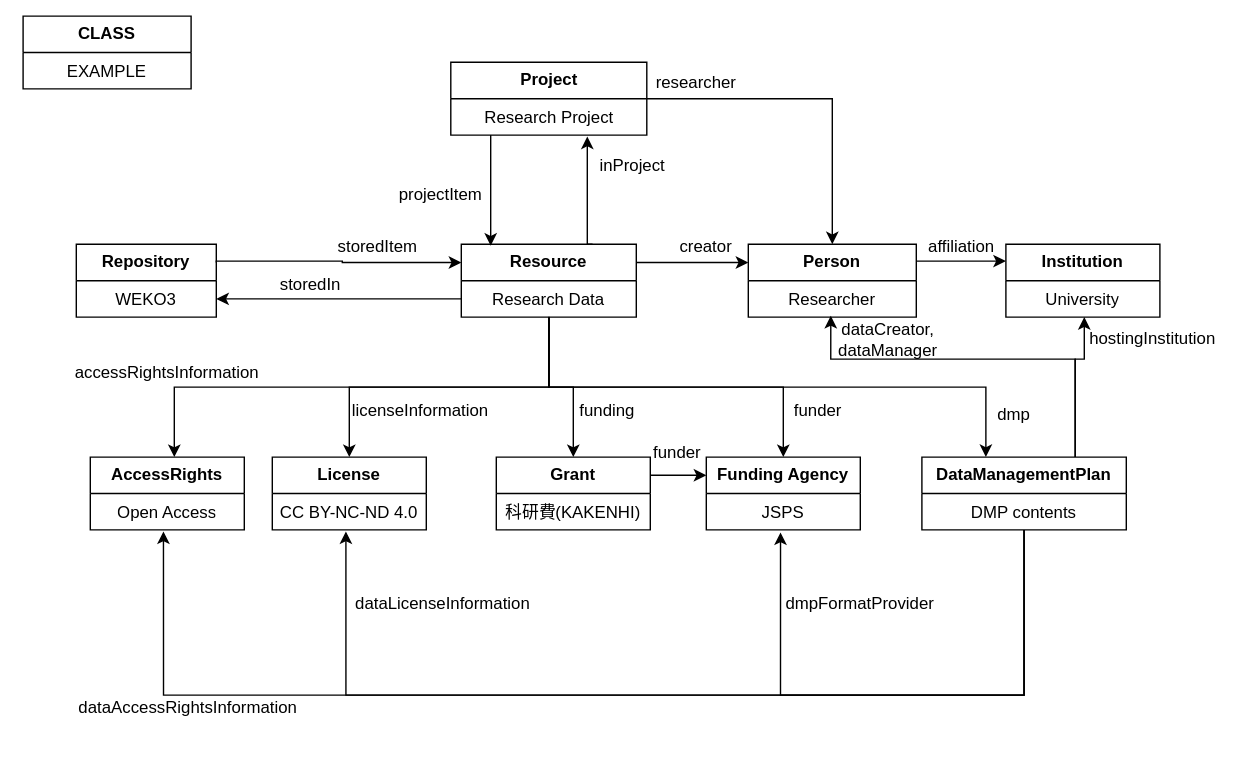
Earlier version of the draw.io export docs/domain_model_Resource.drawio.svg (RCOSDP/RDM). Source tidied: cells renumbered, new cells last; positions are measured from the earlier drawing's top-left corner, leaving out a move shared by most shapes.
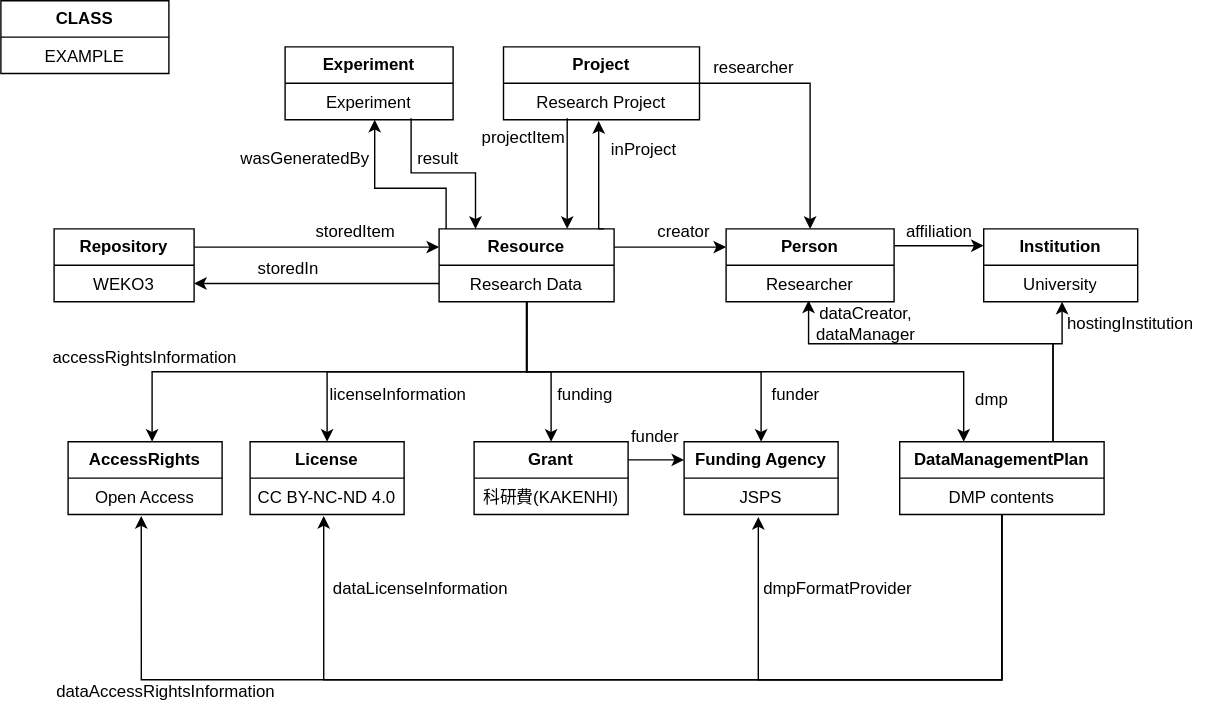
After the commit.

What changed in the source:
```diff
@@ -61,8 +61,8 @@
     <mxCell id="12" style="edgeStyle=orthogonalEdgeStyle;rounded=0;jettySize=auto;html=1;entryX=0;entryY=0.25;entryDx=0;entryDy=0;exitX=1;exitY=0.25;exitDx=0;exitDy=0;" parent="1" edge="1" source="13" target="8">
       <mxGeometry relative="1" as="geometry">
         <Array as="points">
-          <mxPoint x="138" y="175" />
-          <mxPoint x="228" y="175" />
+          <mxPoint x="184" y="176" />
+          <mxPoint x="184" y="176" />
         </Array>
       </mxGeometry>
     </mxCell>
@@ -108,27 +108,27 @@
     </mxCell>
     <mxCell id="23" style="edgeStyle=orthogonalEdgeStyle;rounded=0;orthogonalLoop=1;jettySize=auto;html=1;" parent="1" edge="1">
       <mxGeometry relative="1" as="geometry">
-        <mxPoint x="334" y="85" as="sourcePoint" />
-        <mxPoint x="334" y="164" as="targetPoint" />
+        <mxPoint x="404.5" y="84" as="sourcePoint" />
+        <mxPoint x="404.5" y="163" as="targetPoint" />
         <Array as="points">
-          <mxPoint x="334" y="164" />
+          <mxPoint x="404.5" y="163" />
         </Array>
       </mxGeometry>
     </mxCell>
     <mxCell id="24" value="&lt;b&gt;Project&lt;/b&gt;" style="swimlane;fontStyle=0;horizontal=1;startSize=26;fillColor=none;whiteSpace=wrap;html=1;" parent="1" vertex="1">
-      <mxGeometry x="305.5" y="33" width="140" height="52" as="geometry" />
+      <mxGeometry x="359" y="33" width="140" height="52" as="geometry" />
     </mxCell>
     <mxCell id="25" value="Research Project" style="text;strokeColor=none;fillColor=none;align=center;verticalAlign=top;spacingLeft=4;spacingRight=4;overflow=hidden;whiteSpace=wrap;html=1;" parent="24" vertex="1">
       <mxGeometry y="26" width="140" height="26" as="geometry" />
     </mxCell>
     <mxCell id="26" value="researcher" style="text;strokeColor=none;align=center;fillColor=none;html=1;verticalAlign=middle;whiteSpace=wrap;rounded=0;" parent="1" vertex="1">
-      <mxGeometry x="451" y="33" width="60" height="30" as="geometry" />
+      <mxGeometry x="508" y="33" width="60" height="30" as="geometry" />
     </mxCell>
     <mxCell id="27" value="storedItem" style="text;html=1;align=center;verticalAlign=middle;strokeColor=none;fillColor=none;" parent="1" vertex="1">
       <mxGeometry x="213" y="150" width="80" height="30" as="geometry" />
     </mxCell>
     <mxCell id="28" value="projectItem" style="text;html=1;align=center;verticalAlign=middle;strokeColor=none;fillColor=none;" parent="1" vertex="1">
-      <mxGeometry x="259" y="115" width="77" height="26" as="geometry" />
+      <mxGeometry x="334" y="85" width="77" height="26" as="geometry" />
     </mxCell>
     <mxCell id="29" value="&lt;b&gt;License&lt;/b&gt;" style="swimlane;fontStyle=0;horizontal=1;startSize=26;fillColor=none;whiteSpace=wrap;html=1;" parent="1" vertex="1">
       <mxGeometry x="178" y="315" width="110" height="52" as="geometry" />
@@ -237,16 +237,17 @@
     <mxCell id="55" value="dataCreator, dataManager" style="text;strokeColor=none;align=center;fillColor=none;html=1;verticalAlign=middle;whiteSpace=wrap;rounded=0;" parent="1" vertex="1">
       <mxGeometry x="568" y="217" width="100" height="28" as="geometry" />
     </mxCell>
-    <mxCell id="56" style="edgeStyle=orthogonalEdgeStyle;rounded=0;jettySize=auto;html=1;exitX=0.75;exitY=0;exitDx=0;exitDy=0;" parent="1" edge="1" source="8">
+    <mxCell id="56" style="edgeStyle=orthogonalEdgeStyle;rounded=0;orthogonalLoop=1;jettySize=auto;html=1;exitX=0.75;exitY=0;exitDx=0;exitDy=0;" parent="1" edge="1">
       <mxGeometry relative="1" as="geometry">
-        <mxPoint x="403" y="86" as="targetPoint" />
+        <mxPoint x="430.8" y="163" as="sourcePoint" />
+        <mxPoint x="427" y="86" as="targetPoint" />
         <Array as="points">
-          <mxPoint x="403" y="163" />
+          <mxPoint x="427" y="163" />
         </Array>
       </mxGeometry>
     </mxCell>
     <mxCell id="57" value="inProject" style="text;html=1;align=center;verticalAlign=middle;strokeColor=none;fillColor=none;" parent="1" vertex="1">
-      <mxGeometry x="402" y="94" width="65" height="26" as="geometry" />
+      <mxGeometry x="426" y="94" width="65" height="26" as="geometry" />
     </mxCell>
     <mxCell id="58" value="&lt;b&gt;CLASS&lt;/b&gt;" style="swimlane;fontStyle=0;horizontal=1;startSize=26;fillColor=none;whiteSpace=wrap;html=1;" parent="1" vertex="1">
       <mxGeometry width="120" height="52" as="geometry" />
@@ -254,5 +255,38 @@
     <mxCell id="59" value="EXAMPLE" style="text;strokeColor=none;fillColor=none;align=center;verticalAlign=top;spacingLeft=4;spacingRight=4;overflow=hidden;whiteSpace=wrap;html=1;" parent="58" vertex="1">
       <mxGeometry y="26" width="120" height="26" as="geometry" />
     </mxCell>
+    <mxCell id="60" value="&lt;b&gt;Experiment&lt;/b&gt;" style="swimlane;fontStyle=0;horizontal=1;startSize=26;fillColor=none;whiteSpace=wrap;html=1;" parent="1" vertex="1">
+      <mxGeometry x="203" y="33" width="120" height="52" as="geometry" />
+    </mxCell>
+    <mxCell id="61" value="Experiment" style="text;strokeColor=none;fillColor=none;align=center;verticalAlign=top;spacingLeft=4;spacingRight=4;overflow=hidden;whiteSpace=wrap;html=1;" parent="60" vertex="1">
+      <mxGeometry y="26" width="120" height="26" as="geometry" />
+    </mxCell>
+    <mxCell id="62" style="edgeStyle=orthogonalEdgeStyle;rounded=0;orthogonalLoop=1;jettySize=auto;html=1;" parent="1" edge="1">
+      <mxGeometry relative="1" as="geometry">
+        <mxPoint x="293" y="84" as="sourcePoint" />
+        <mxPoint x="339" y="163" as="targetPoint" />
+        <Array as="points">
+          <mxPoint x="293" y="123" />
+          <mxPoint x="339" y="123" />
+          <mxPoint x="339" y="163" />
+        </Array>
+      </mxGeometry>
+    </mxCell>
+    <mxCell id="63" value="result" style="text;html=1;align=center;verticalAlign=middle;strokeColor=none;fillColor=none;" parent="1" vertex="1">
+      <mxGeometry x="288" y="100" width="47" height="26" as="geometry" />
+    </mxCell>
+    <mxCell id="64" style="edgeStyle=orthogonalEdgeStyle;rounded=0;orthogonalLoop=1;jettySize=auto;html=1;entryX=0.491;entryY=0.966;entryDx=0;entryDy=0;entryPerimeter=0;" parent="1" edge="1">
+      <mxGeometry relative="1" as="geometry">
+        <mxPoint x="318" y="163" as="sourcePoint" />
+        <mxPoint x="267" y="85" as="targetPoint" />
+        <Array as="points">
+          <mxPoint x="318" y="134" />
+          <mxPoint x="267" y="134" />
+        </Array>
+      </mxGeometry>
+    </mxCell>
+    <mxCell id="65" value="wasGeneratedBy" style="text;html=1;align=center;verticalAlign=middle;strokeColor=none;fillColor=none;" parent="1" vertex="1">
+      <mxGeometry x="162" y="100" width="110" height="26" as="geometry" />
+    </mxCell>
   </root>
 </mxGraphModel>
```
